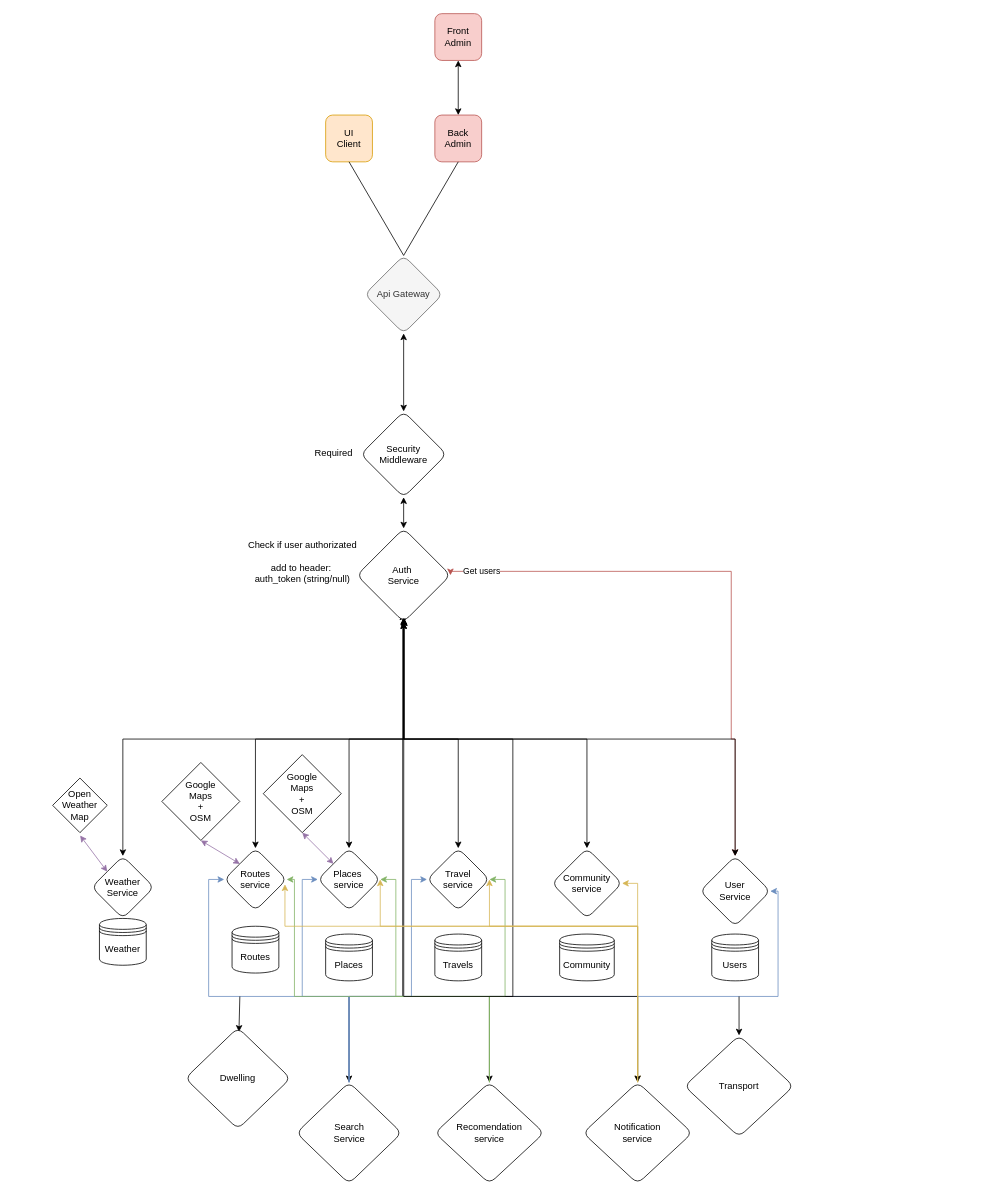
This is page "main" (1 of 2) of devStorage/ArchitectureWorldPath.drawio from AndrewVozniak/WorldPath, a draw.io file, before an edit. Source tidied: cells renumbered, new cells numbered last; positions are measured from the earlier drawing's top-left corner, leaving out a move shared by most shapes. Both pictures are drawn from the tidied source at 78%, with x=0, y=0 at pixel (13, 13).
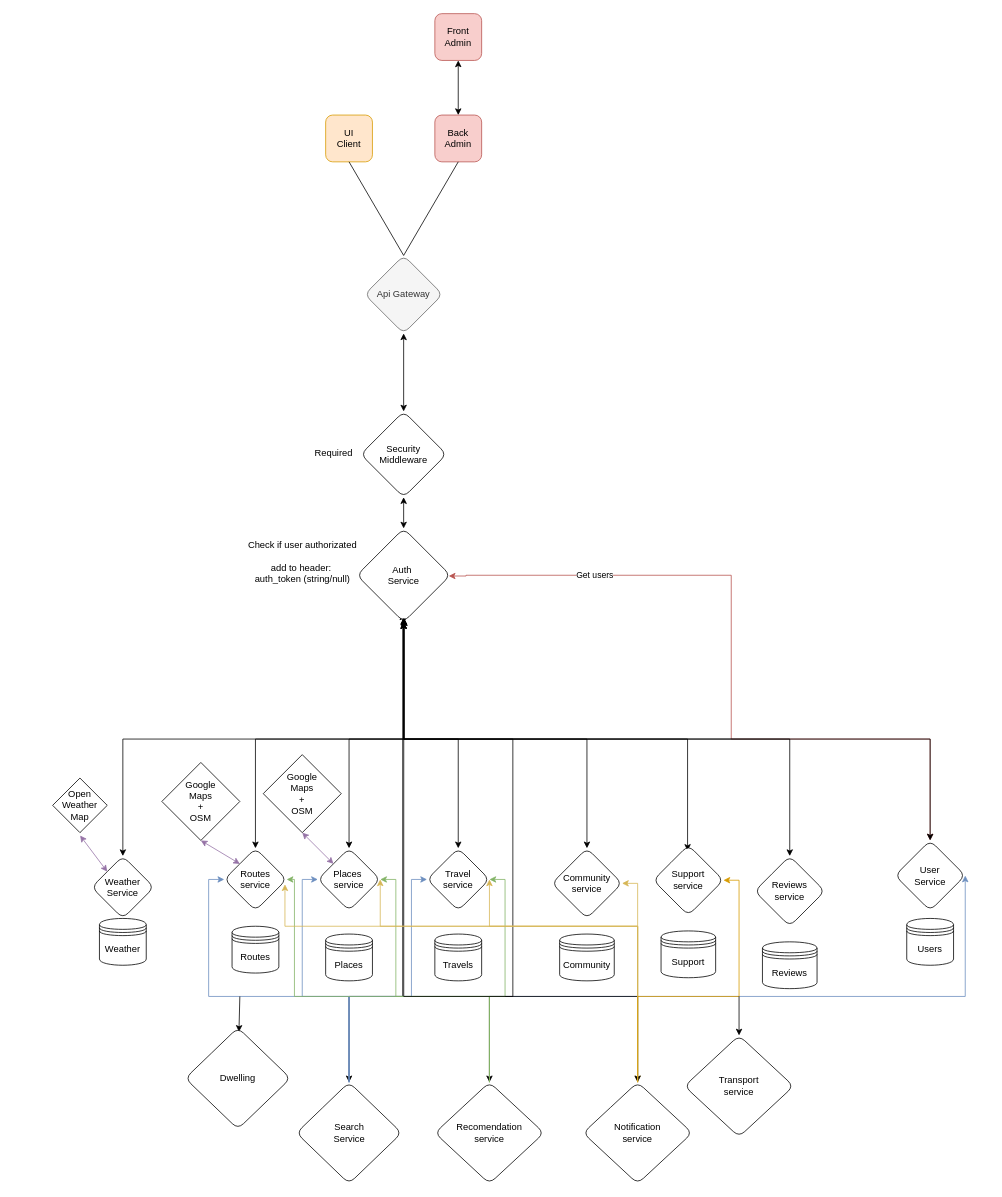
The same diagram, later.

The change refers to these unchanged cells:
```xml
<mxCell id="18" value="Search &lt;br&gt;Service" style="rhombus;whiteSpace=wrap;html=1;rounded=1;" parent="1" vertex="1">
  <mxGeometry x="362.5" y="1370" width="135" height="130" as="geometry" />
</mxCell>
<mxCell id="21" value="User &lt;br&gt;Service" style="rhombus;whiteSpace=wrap;html=1;rounded=1;" parent="19" vertex="1">
  <mxGeometry x="10" width="90" height="90" as="geometry" />
</mxCell>
<mxCell id="22" value="Auth&amp;nbsp;&lt;br&gt;Service&lt;br&gt;" style="rhombus;whiteSpace=wrap;html=1;rounded=1;" parent="1" vertex="1">
  <mxGeometry x="440" y="660" width="120" height="120" as="geometry" />
</mxCell>
<mxCell id="59" value="Notification&lt;br&gt;service" style="rhombus;whiteSpace=wrap;html=1;rounded=1;" parent="1" vertex="1">
  <mxGeometry x="730" y="1370" width="140" height="130" as="geometry" />
</mxCell>
```

Diff of the diagram source:
```diff
@@
-    <mxCell id="8" style="edgeStyle=orthogonalEdgeStyle;rounded=0;jettySize=auto;html=1;exitX=1;exitY=0.5;exitDx=0;exitDy=0;entryX=0.5;entryY=0;entryDx=0;entryDy=0;startArrow=classic;startFill=1;fillColor=#f8cecc;strokeColor=#b85450;" parent="1" edge="1" source="22" target="21">
+    <mxCell id="8" style="edgeStyle=orthogonalEdgeStyle;rounded=0;jettySize=auto;html=1;exitX=0.982;exitY=0.508;exitDx=0;exitDy=0;entryX=0.5;entryY=0;entryDx=0;entryDy=0;startArrow=classic;startFill=1;fillColor=#f8cecc;strokeColor=#b85450;exitPerimeter=0;" parent="1" edge="1" source="22" target="21">
       <mxGeometry relative="1" as="geometry">
         <Array as="points">
-          <mxPoint x="560" y="715" />
-          <mxPoint x="920" y="715" />
+          <mxPoint x="580" y="721" />
+          <mxPoint x="920" y="720" />
           <mxPoint x="920" y="930" />
-          <mxPoint x="925" y="930" />
+          <mxPoint x="1175" y="930" />
         </Array>
       </mxGeometry>
     </mxCell>
     <mxCell id="9" value="Get users" style="edgeLabel;html=1;align=center;verticalAlign=middle;" parent="8" vertex="1">
-      <mxGeometry x="-0.88" y="1" relative="1" as="geometry" />
+      <mxGeometry x="-0.88" y="1" relative="1" as="geometry">
+        <mxPoint x="131" as="offset" />
+      </mxGeometry>
     </mxCell>
@@
     <mxCell id="17" style="edgeStyle=orthogonalEdgeStyle;rounded=0;jettySize=auto;html=1;exitX=0.5;exitY=0;exitDx=0;exitDy=0;entryX=1;entryY=0.5;entryDx=0;entryDy=0;fillColor=#dae8fc;strokeColor=#6c8ebf;" parent="1" edge="1" source="18" target="21">
       <mxGeometry relative="1" as="geometry">
         <Array as="points">
           <mxPoint x="430" y="1260" />
-          <mxPoint x="980" y="1260" />
-          <mxPoint x="980" y="1125" />
+          <mxPoint x="1220" y="1260" />
         </Array>
       </mxGeometry>
     </mxCell>
@@
     <mxCell id="19" style="group;" parent="1" vertex="1">
-      <mxGeometry x="870" y="1080" width="130" height="210" as="geometry" />
+      <mxGeometry x="1120" y="1060" width="130" height="210" as="geometry" />
     </mxCell>
@@
+    <mxCell id="68" style="edgeStyle=orthogonalEdgeStyle;rounded=0;jettySize=auto;html=1;exitX=0.5;exitY=1;exitDx=0;exitDy=0;entryX=0.489;entryY=0.081;entryDx=0;entryDy=0;entryPerimeter=0;" parent="1" edge="1" source="22" target="74">
+      <mxGeometry relative="1" as="geometry">
+        <Array as="points">
+          <mxPoint x="500" y="930" />
+          <mxPoint x="864" y="930" />
+        </Array>
+      </mxGeometry>
+    </mxCell>
@@
     <mxCell id="37" style="edgeStyle=orthogonalEdgeStyle;rounded=0;jettySize=auto;html=1;exitX=0.5;exitY=0;exitDx=0;exitDy=0;entryX=0.503;entryY=0.954;entryDx=0;entryDy=0;entryPerimeter=0;startArrow=classic;startFill=1;" parent="1" edge="1" source="21" target="22">
       <mxGeometry relative="1" as="geometry">
         <Array as="points">
-          <mxPoint x="925" y="930" />
+          <mxPoint x="1175" y="930" />
           <mxPoint x="500" y="930" />
         </Array>
       </mxGeometry>
     </mxCell>
@@
+    <mxCell id="69" style="edgeStyle=orthogonalEdgeStyle;rounded=0;jettySize=auto;html=1;exitX=0.5;exitY=0;exitDx=0;exitDy=0;entryX=1;entryY=0.5;entryDx=0;entryDy=0;fillColor=#ffe6cc;strokeColor=#d79b00;" parent="1" edge="1" source="59" target="74">
+      <mxGeometry relative="1" as="geometry">
+        <Array as="points">
+          <mxPoint x="800" y="1260" />
+          <mxPoint x="930" y="1260" />
+          <mxPoint x="930" y="1111" />
+        </Array>
+      </mxGeometry>
+    </mxCell>
@@
-    <mxCell id="62" value="Transport" style="rhombus;whiteSpace=wrap;html=1;rounded=1;" parent="1" vertex="1">
+    <mxCell id="62" value="Transport&lt;br&gt;service&lt;br&gt;" style="rhombus;whiteSpace=wrap;html=1;rounded=1;" parent="1" vertex="1">
       <mxGeometry x="860" y="1310" width="140" height="130" as="geometry" />
     </mxCell>
@@
+    <mxCell id="70" style="group;" parent="1" vertex="1">
+      <mxGeometry x="950" y="1080" width="90" height="160" as="geometry" />
+    </mxCell>
+    <mxCell id="71" value="Reviews&lt;br&gt;service" style="rhombus;whiteSpace=wrap;html=1;rounded=1;" parent="70" vertex="1">
+      <mxGeometry width="90" height="90" as="geometry" />
+    </mxCell>
+    <mxCell id="72" value="Reviews" style="shape=datastore;whiteSpace=wrap;html=1;rounded=1;" parent="70" vertex="1">
+      <mxGeometry x="10" y="110" width="70" height="60" as="geometry" />
+    </mxCell>
+    <mxCell id="73" style="group;" parent="1" vertex="1">
+      <mxGeometry x="820" y="1066" width="90" height="160" as="geometry" />
+    </mxCell>
+    <mxCell id="74" value="Support&lt;br&gt;service" style="rhombus;whiteSpace=wrap;html=1;rounded=1;" parent="73" vertex="1">
+      <mxGeometry width="90" height="90" as="geometry" />
+    </mxCell>
+    <mxCell id="75" value="Support" style="shape=datastore;whiteSpace=wrap;html=1;rounded=1;" parent="73" vertex="1">
+      <mxGeometry x="10" y="110" width="70" height="60" as="geometry" />
+    </mxCell>
+    <mxCell id="76" style="edgeStyle=orthogonalEdgeStyle;rounded=0;jettySize=auto;html=1;exitX=0.5;exitY=0;exitDx=0;exitDy=0;entryX=0.5;entryY=1;entryDx=0;entryDy=0;startArrow=classic;startFill=1;" parent="1" edge="1" source="71" target="22">
+      <mxGeometry relative="1" as="geometry">
+        <Array as="points">
+          <mxPoint x="995" y="930" />
+          <mxPoint x="500" y="930" />
+        </Array>
+      </mxGeometry>
+    </mxCell>
```
